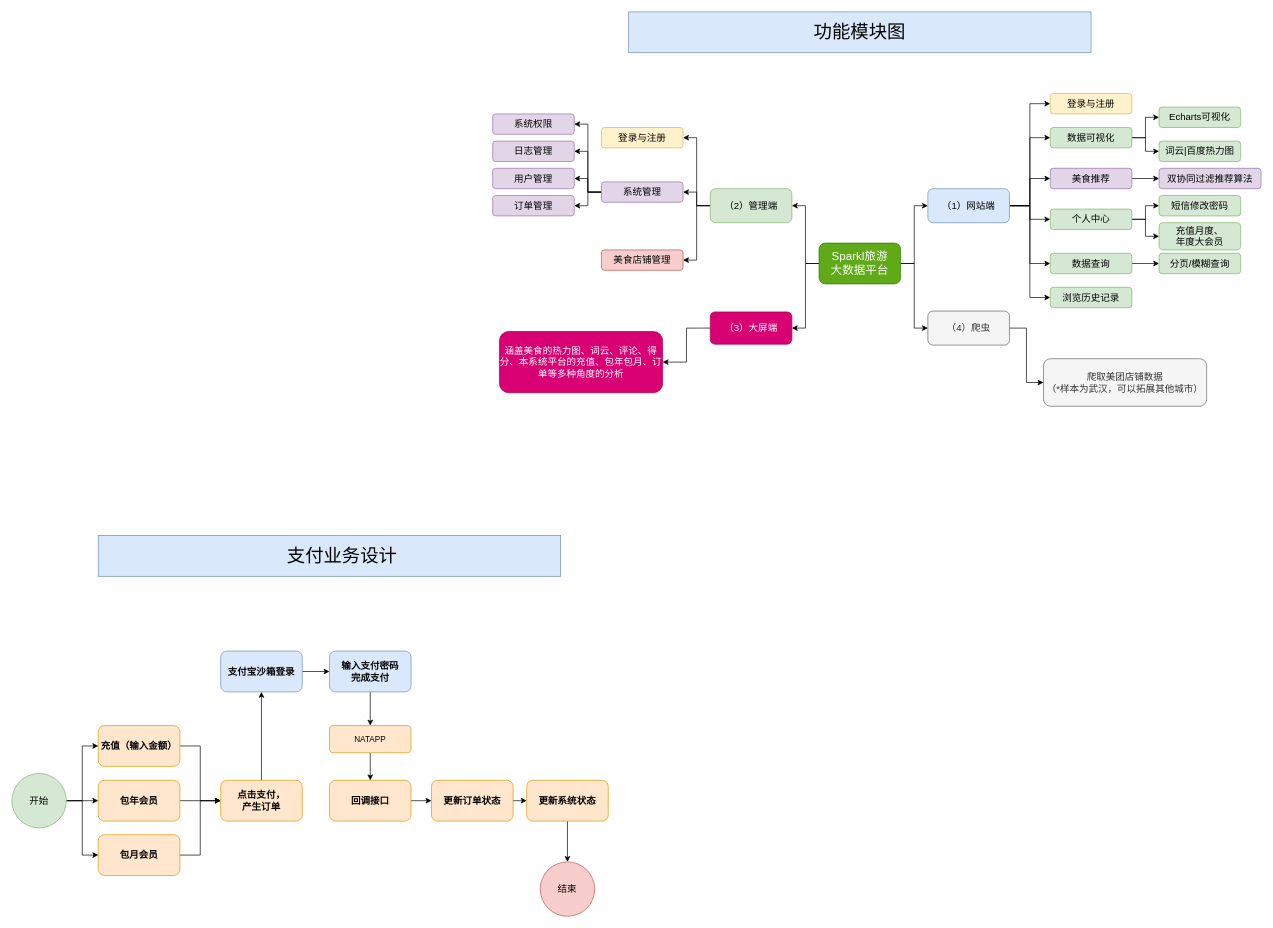
redcomet88/DRAW keeps this draw.io diagram as SPARK/04-Tour.drawio. Above is the earlier version. Source tidied: cells renumbered, new cells numbered last; positions are measured from the earlier drawing's top-left corner, leaving out a move shared by most shapes. Both pictures are drawn from the tidied source at 68%, with x=0, y=0 at pixel (12, 12).
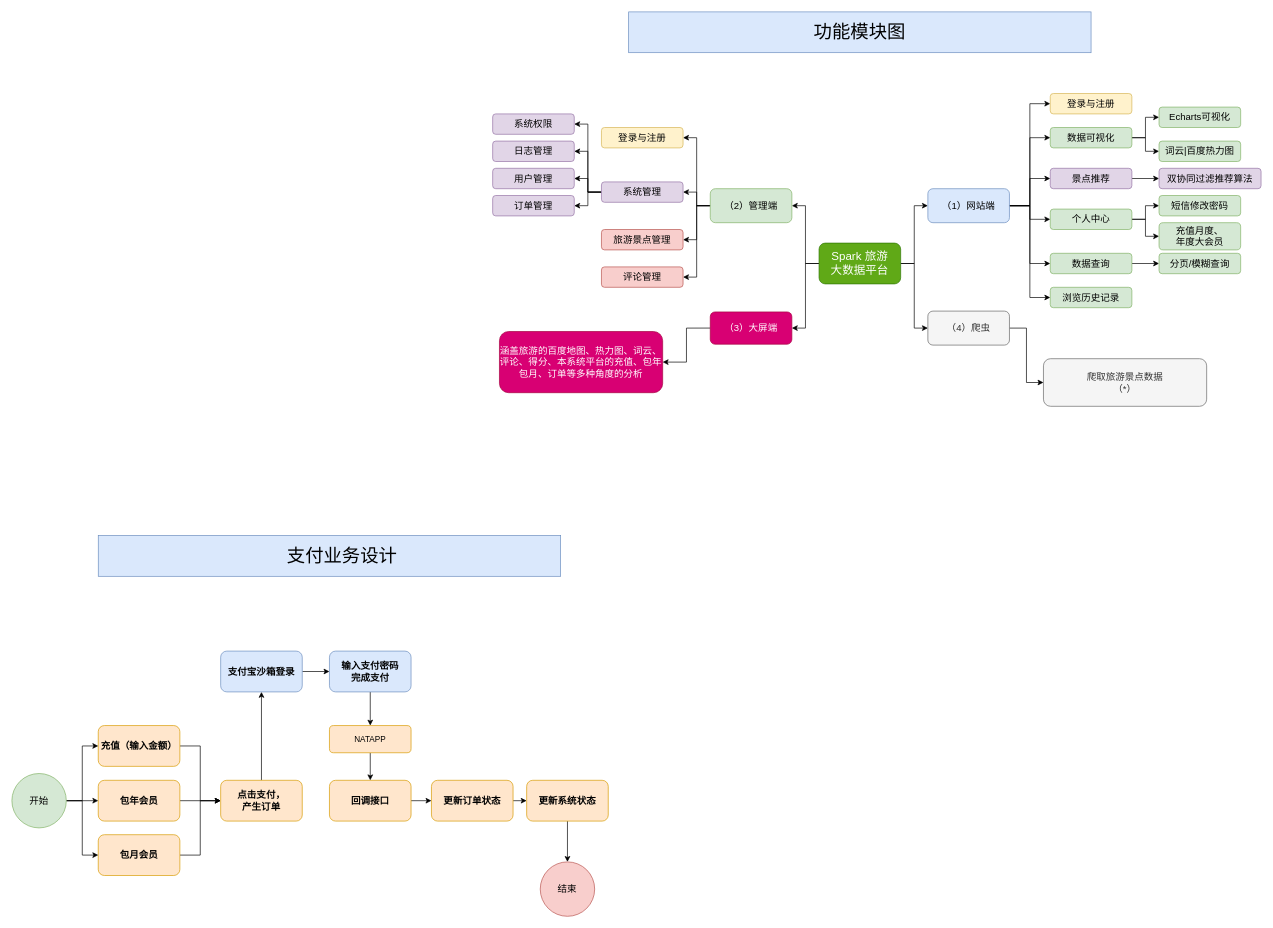
After the change.

The change refers to these unchanged cells:
```xml
<mxCell id="37" value="（2）管理端" style="rounded=1;whiteSpace=wrap;html=1;fontSize=14;fillColor=#d5e8d4;strokeColor=#82b366;" parent="1" vertex="1">
  <mxGeometry x="1027" y="260" width="120" height="50" as="geometry" />
</mxCell>
```

The edit, as a diff of the source:
```diff
@@
-    <mxCell id="14" value="美食推荐" style="rounded=1;whiteSpace=wrap;html=1;fontSize=14;fillColor=#e1d5e7;strokeColor=#9673a6;" parent="1" vertex="1">
+    <mxCell id="14" value="景点推荐" style="rounded=1;whiteSpace=wrap;html=1;fontSize=14;fillColor=#e1d5e7;strokeColor=#9673a6;" parent="1" vertex="1">
       <mxGeometry x="1527" y="230" width="120" height="30" as="geometry" />
     </mxCell>
@@
-    <mxCell id="33" value="Sparkl旅游&lt;br&gt;大数据平台" style="rounded=1;whiteSpace=wrap;html=1;fontSize=17;fillColor=#60a917;strokeColor=#2D7600;fontColor=#ffffff;" parent="1" vertex="1">
+    <mxCell id="33" value="Spark 旅游&lt;br&gt;大数据平台" style="rounded=1;whiteSpace=wrap;html=1;fontSize=17;fillColor=#60a917;strokeColor=#2D7600;fontColor=#ffffff;" parent="1" vertex="1">
       <mxGeometry x="1187" y="340" width="120" height="60" as="geometry" />
     </mxCell>
@@
+    <mxCell id="81" style="edgeStyle=orthogonalEdgeStyle;rounded=0;jettySize=auto;html=1;exitX=0;exitY=0.5;exitDx=0;exitDy=0;entryX=1;entryY=0.5;entryDx=0;entryDy=0;" parent="1" edge="1" source="37" target="82">
+      <mxGeometry relative="1" as="geometry" />
+    </mxCell>
@@
-    <mxCell id="45" value="美食店铺管理" style="rounded=1;whiteSpace=wrap;html=1;fontSize=14;fillColor=#f8cecc;strokeColor=#b85450;" parent="1" vertex="1">
-      <mxGeometry x="867" y="350" width="120" height="30" as="geometry" />
+    <mxCell id="45" value="旅游景点管理" style="rounded=1;whiteSpace=wrap;html=1;fontSize=14;fillColor=#f8cecc;strokeColor=#b85450;" parent="1" vertex="1">
+      <mxGeometry x="867" y="320" width="120" height="30" as="geometry" />
     </mxCell>
@@
-    <mxCell id="51" value="涵盖美食的热力图、词云、评论、得分、本系统平台的充值、包年包月、订单等多种角度的分析" style="rounded=1;whiteSpace=wrap;html=1;fontSize=14;fillColor=#d80073;strokeColor=#A50040;fontColor=#ffffff;" parent="1" vertex="1">
+    <mxCell id="51" value="涵盖旅游的百度地图、热力图、词云、评论、得分、本系统平台的充值、包年包月、订单等多种角度的分析" style="rounded=1;whiteSpace=wrap;html=1;fontSize=14;fillColor=#d80073;strokeColor=#A50040;fontColor=#ffffff;" parent="1" vertex="1">
       <mxGeometry x="717" y="470" width="240" height="90" as="geometry" />
     </mxCell>
-    <mxCell id="52" value="爬取美团店铺数据&lt;br&gt;（*样本为武汉，可以拓展其他城市）" style="rounded=1;whiteSpace=wrap;html=1;fontSize=14;fillColor=#f5f5f5;strokeColor=#666666;fontColor=#333333;" parent="1" vertex="1">
+    <mxCell id="52" value="爬取旅游景点数据&lt;br&gt;（*）" style="rounded=1;whiteSpace=wrap;html=1;fontSize=14;fillColor=#f5f5f5;strokeColor=#666666;fontColor=#333333;" parent="1" vertex="1">
       <mxGeometry x="1517" y="510" width="240" height="70" as="geometry" />
     </mxCell>
@@
+    <mxCell id="82" value="评论管理" style="rounded=1;whiteSpace=wrap;html=1;fontSize=14;fillColor=#f8cecc;strokeColor=#b85450;" parent="1" vertex="1">
+      <mxGeometry x="867" y="375" width="120" height="30" as="geometry" />
+    </mxCell>
```
